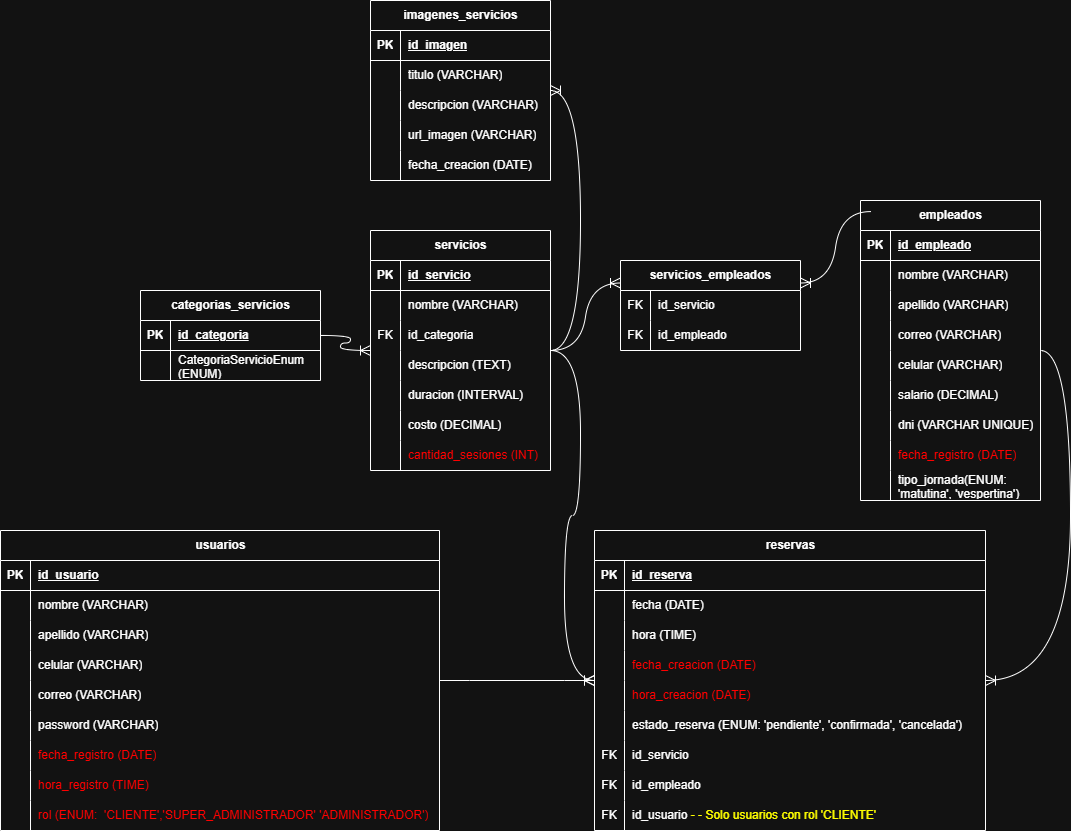
Earlier version of the draw.io export docs/assets/DER-booking.png (farsep/Glowin). Source tidied: cells renumbered, new cells last; positions are measured from the earlier drawing's top-left corner, leaving out a move shared by most shapes.
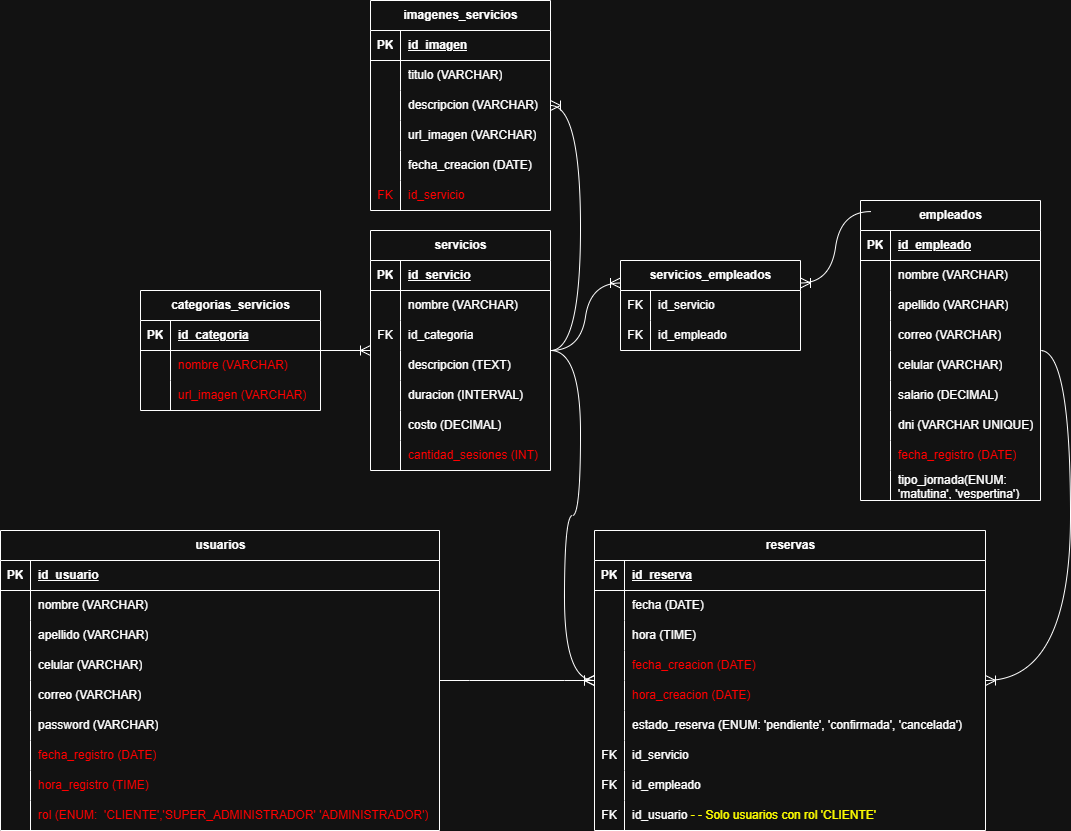
The same file after the commit.

Commit message:
Creo servicio de email EmailServices, controladores en auth, documentacion de nuevos endpoints

Change to the diagram source:
```diff
@@ -237,7 +237,7 @@
       <mxGeometry x="30" width="150" height="30" as="geometry" />
     </mxCell>
     <mxCell id="80" value="categorias_servicios" style="shape=table;startSize=30;rowLines=0;fontStyle=1;align=center;html=1;" parent="1" vertex="1">
-      <mxGeometry x="140" y="290" width="180" height="90" as="geometry" />
+      <mxGeometry x="140" y="290" width="180" height="120" as="geometry" />
     </mxCell>
     <mxCell id="81" style="shape=tableRow;horizontal=0;startSize=0;swimlaneHead=0;swimlaneBody=0;fillColor=none;top=0;left=0;right=0;bottom=1;" parent="80" vertex="1">
       <mxGeometry y="30" width="180" height="30" as="geometry" />
@@ -248,13 +248,22 @@
     <mxCell id="83" value="id_categoria" style="shape=partialRectangle;fillColor=none;top=0;left=0;bottom=0;right=0;align=left;spacingLeft=6;fontStyle=5;overflow=hidden;whiteSpace=wrap;html=1;" parent="81" vertex="1">
       <mxGeometry x="30" width="150" height="30" as="geometry" />
     </mxCell>
+    <mxCell id="150" style="shape=tableRow;horizontal=0;startSize=0;swimlaneHead=0;swimlaneBody=0;fillColor=none;top=0;left=0;right=0;bottom=0;" parent="80" vertex="1">
+      <mxGeometry y="60" width="180" height="30" as="geometry" />
+    </mxCell>
+    <mxCell id="151" style="shape=partialRectangle;fillColor=none;top=0;left=0;bottom=0;right=0;overflow=hidden;whiteSpace=wrap;html=1;" parent="150" vertex="1">
+      <mxGeometry width="30" height="30" as="geometry" />
+    </mxCell>
+    <mxCell id="152" value="&lt;font style=&quot;color: light-dark(rgb(0, 0, 0), rgb(255, 0, 0));&quot;&gt;nombre (VARCHAR)&lt;/font&gt;" style="shape=partialRectangle;fillColor=none;top=0;left=0;bottom=0;right=0;align=left;spacingLeft=6;overflow=hidden;whiteSpace=wrap;html=1;" parent="150" vertex="1">
+      <mxGeometry x="30" width="150" height="30" as="geometry" />
+    </mxCell>
     <mxCell id="84" style="shape=tableRow;horizontal=0;startSize=0;swimlaneHead=0;swimlaneBody=0;fillColor=none;top=0;left=0;right=0;bottom=0;" parent="80" vertex="1">
-      <mxGeometry y="60" width="180" height="30" as="geometry" />
+      <mxGeometry y="90" width="180" height="30" as="geometry" />
     </mxCell>
     <mxCell id="85" style="shape=partialRectangle;fillColor=none;top=0;left=0;bottom=0;right=0;overflow=hidden;whiteSpace=wrap;html=1;" parent="84" vertex="1">
       <mxGeometry width="30" height="30" as="geometry" />
     </mxCell>
-    <mxCell id="86" value="CategoriaServicioEnum (ENUM)" style="shape=partialRectangle;fillColor=none;top=0;left=0;bottom=0;right=0;align=left;spacingLeft=6;overflow=hidden;whiteSpace=wrap;html=1;" parent="84" vertex="1">
+    <mxCell id="86" value="&lt;font style=&quot;color: light-dark(rgb(0, 0, 0), rgb(255, 0, 0));&quot;&gt;url_imagen (VARCHAR)&lt;/font&gt;" style="shape=partialRectangle;fillColor=none;top=0;left=0;bottom=0;right=0;align=left;spacingLeft=6;overflow=hidden;whiteSpace=wrap;html=1;" parent="84" vertex="1">
       <mxGeometry x="30" width="150" height="30" as="geometry" />
     </mxCell>
     <mxCell id="87" value="usuarios" style="shape=table;startSize=30;rowLines=0;fontStyle=1;align=center;html=1;" parent="1" vertex="1">
@@ -396,7 +405,7 @@
       <mxGeometry relative="1" as="geometry" />
     </mxCell>
     <mxCell id="133" value="imagenes_servicios" style="shape=table;startSize=30;rowLines=0;fontStyle=1;align=center;html=1;" parent="1" vertex="1">
-      <mxGeometry x="370" width="180" height="180" as="geometry" />
+      <mxGeometry x="370" width="180" height="210" as="geometry" />
     </mxCell>
     <mxCell id="134" style="shape=tableRow;horizontal=0;startSize=0;swimlaneHead=0;swimlaneBody=0;fillColor=none;top=0;left=0;right=0;bottom=1;" parent="133" vertex="1">
       <mxGeometry y="30" width="180" height="30" as="geometry" />
@@ -431,7 +440,7 @@
     <mxCell id="144" style="shape=partialRectangle;fillColor=none;top=0;left=0;bottom=0;right=0;overflow=hidden;whiteSpace=wrap;html=1;" parent="143" vertex="1">
       <mxGeometry width="30" height="30" as="geometry" />
     </mxCell>
-    <mxCell id="145" value="url_imagen (VARCHAR)" style="shape=partialRectangle;fillColor=none;top=0;left=0;bottom=0;right=0;align=left;spacingLeft=6;overflow=hidden;whiteSpace=wrap;html=1;" parent="143" vertex="1">
+    <mxCell id="145" value="&lt;font style=&quot;&quot;&gt;url_imagen (VARCHAR)&lt;/font&gt;" style="shape=partialRectangle;fillColor=none;top=0;left=0;bottom=0;right=0;align=left;spacingLeft=6;overflow=hidden;whiteSpace=wrap;html=1;" parent="143" vertex="1">
       <mxGeometry x="30" width="150" height="30" as="geometry" />
     </mxCell>
     <mxCell id="146" style="shape=tableRow;horizontal=0;startSize=0;swimlaneHead=0;swimlaneBody=0;fillColor=none;top=0;left=0;right=0;bottom=0;" parent="133" vertex="1">
@@ -443,6 +452,15 @@
     <mxCell id="148" value="fecha_creacion (DATE)" style="shape=partialRectangle;fillColor=none;top=0;left=0;bottom=0;right=0;align=left;spacingLeft=6;overflow=hidden;whiteSpace=wrap;html=1;" parent="146" vertex="1">
       <mxGeometry x="30" width="150" height="30" as="geometry" />
     </mxCell>
+    <mxCell id="153" style="shape=tableRow;horizontal=0;startSize=0;swimlaneHead=0;swimlaneBody=0;fillColor=none;top=0;left=0;right=0;bottom=0;" parent="133" vertex="1">
+      <mxGeometry y="180" width="180" height="30" as="geometry" />
+    </mxCell>
+    <mxCell id="154" value="&lt;font style=&quot;color: light-dark(rgb(0, 0, 0), rgb(255, 0, 0));&quot;&gt;FK&lt;/font&gt;" style="shape=partialRectangle;fillColor=none;top=0;left=0;bottom=0;right=0;overflow=hidden;whiteSpace=wrap;html=1;" parent="153" vertex="1">
+      <mxGeometry width="30" height="30" as="geometry" />
+    </mxCell>
+    <mxCell id="155" value="&lt;font style=&quot;color: light-dark(rgb(0, 0, 0), rgb(255, 0, 0));&quot;&gt;id_servicio&lt;/font&gt;" style="shape=partialRectangle;fillColor=none;top=0;left=0;bottom=0;right=0;align=left;spacingLeft=6;overflow=hidden;whiteSpace=wrap;html=1;" parent="153" vertex="1">
+      <mxGeometry x="30" width="150" height="30" as="geometry" />
+    </mxCell>
     <mxCell id="149" style="edgeStyle=entityRelationEdgeStyle;fontSize=12;html=1;endArrow=ERoneToMany;rounded=0;startSize=8;endSize=8;curved=1;" parent="1" edge="1" source="58" target="133">
       <mxGeometry relative="1" as="geometry" />
     </mxCell>
```
